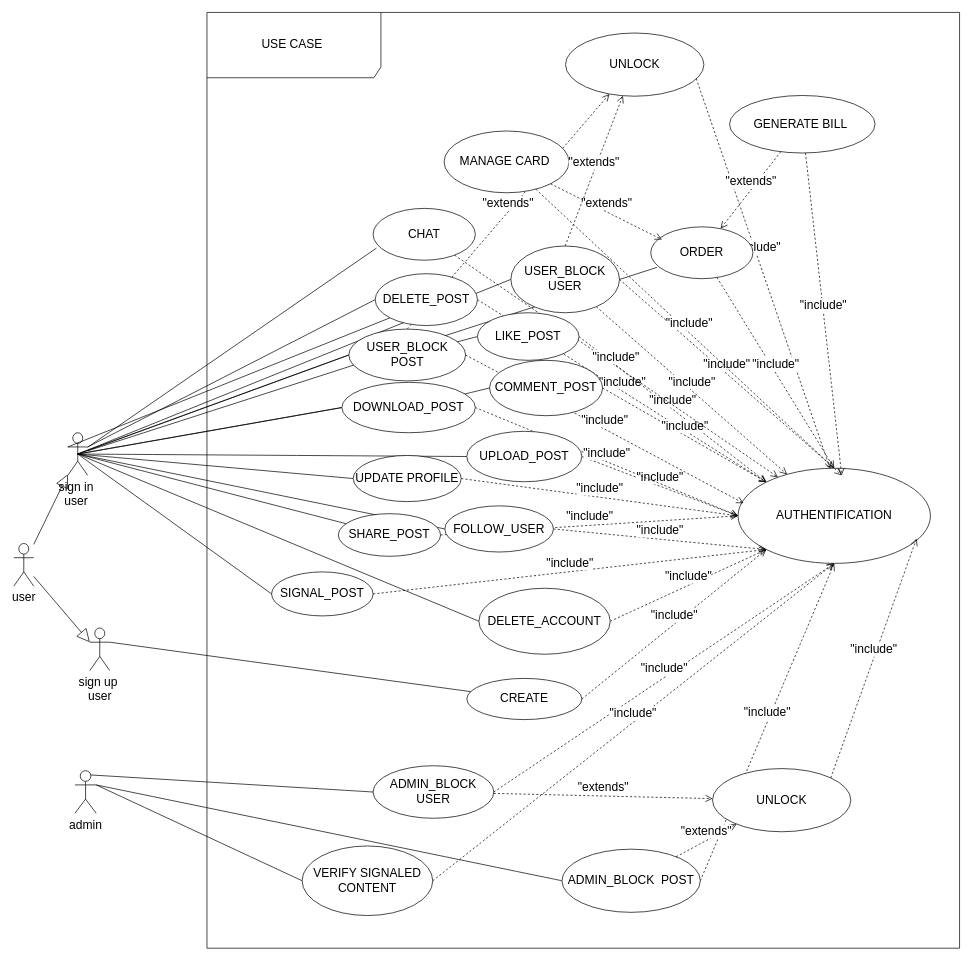
Earlier version of the draw.io diagram page "use case" (4 of 7) of TIkShopDataBase.drawio (Bryann-coder/FlashShop). Source tidied: cells renumbered, new cells numbered last; positions are measured from the earlier drawing's top-left corner, leaving out a move shared by most shapes. Both pictures are drawn from the tidied source at 71%, with x=0, y=0 at pixel (13, 12).
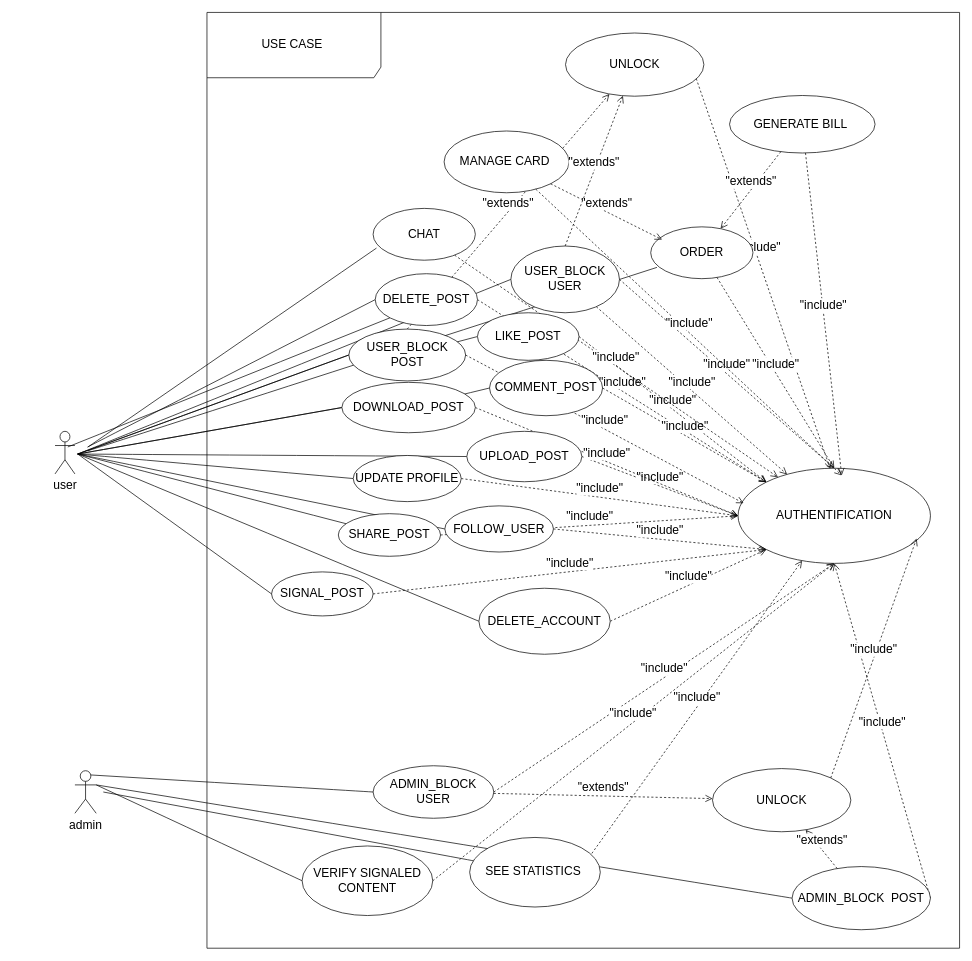
The same page after the edit.

Commit message:
update usecase diagram

The change refers to these unchanged cells:
```xml
<mxCell id="8" value="AUTHENTIFICATION" style="ellipse;whiteSpace=wrap;html=1;fontSize=17;" parent="1" vertex="1">
  <mxGeometry x="1020" y="642" width="271" height="134" as="geometry" />
</mxCell>
<mxCell id="9" value="SIGNAL_POST" style="ellipse;whiteSpace=wrap;html=1;fontSize=17;" parent="1" vertex="1">
  <mxGeometry x="363" y="788" width="143" height="62" as="geometry" />
</mxCell>
<mxCell id="47" value="ORDER" style="ellipse;whiteSpace=wrap;html=1;fontSize=17;" parent="1" vertex="1">
  <mxGeometry x="897" y="302" width="144" height="73" as="geometry" />
</mxCell>
<mxCell id="52" value="DELETE_POST" style="ellipse;whiteSpace=wrap;html=1;fontSize=17;" parent="1" vertex="1">
  <mxGeometry x="509" y="368" width="144" height="73" as="geometry" />
</mxCell>
<mxCell id="53" value="UPDATE PROFILE" style="ellipse;whiteSpace=wrap;html=1;fontSize=17;" parent="1" vertex="1">
  <mxGeometry x="478" y="624" width="152.1" height="65" as="geometry" />
</mxCell>
<mxCell id="54" value="SHARE_POST" style="ellipse;whiteSpace=wrap;html=1;fontSize=17;" parent="1" vertex="1">
  <mxGeometry x="457" y="706" width="144" height="60" as="geometry" />
</mxCell>
<mxCell id="55" value="DELETE_ACCOUNT" style="ellipse;whiteSpace=wrap;html=1;fontSize=17;" parent="1" vertex="1">
  <mxGeometry x="655" y="811" width="185" height="93" as="geometry" />
</mxCell>
<mxCell id="56" value="FOLLOW_USER" style="ellipse;whiteSpace=wrap;html=1;fontSize=17;" parent="1" vertex="1">
  <mxGeometry x="607" y="695" width="153" height="65" as="geometry" />
</mxCell>
<mxCell id="57" value="UPLOAD_POST" style="ellipse;whiteSpace=wrap;html=1;fontSize=17;" parent="1" vertex="1">
  <mxGeometry x="638" y="590" width="162" height="71" as="geometry" />
</mxCell>
<mxCell id="67" value="USER_BLOCK POST" style="ellipse;whiteSpace=wrap;html=1;fontSize=17;" parent="1" vertex="1">
  <mxGeometry x="471.8" y="446" width="164.5" height="73" as="geometry" />
</mxCell>
<mxCell id="68" value="USER_BLOCK USER" style="ellipse;whiteSpace=wrap;html=1;fontSize=17;" parent="1" vertex="1">
  <mxGeometry x="700" y="329" width="153" height="94" as="geometry" />
</mxCell>
<mxCell id="69" value="CHAT" style="ellipse;whiteSpace=wrap;html=1;fontSize=17;" parent="1" vertex="1">
  <mxGeometry x="506" y="276" width="144" height="73" as="geometry" />
</mxCell>
<mxCell id="75" value="DOWNLOAD_POST" style="ellipse;whiteSpace=wrap;html=1;fontSize=17;" parent="1" vertex="1">
  <mxGeometry x="462" y="521" width="188" height="71" as="geometry" />
</mxCell>
```

Change to the diagram source:
```diff
@@
-    <mxCell id="4" style="endArrow=none;html=1;rounded=0;fontSize=17;startSize=8;endSize=8;curved=1;entryX=0;entryY=0.5;entryDx=0;entryDy=0;exitX=0.5;exitY=0.5;exitDx=0;exitDy=0;exitPerimeter=0;" parent="1" edge="1" source="17" target="68">
-      <mxGeometry relative="1" as="geometry" />
+    <mxCell id="4" style="endArrow=none;html=1;rounded=0;fontSize=17;startSize=8;endSize=8;curved=1;entryX=0;entryY=0.5;entryDx=0;entryDy=0;exitX=0.5;exitY=0.5;exitDx=0;exitDy=0;exitPerimeter=0;" parent="1" edge="1" target="68">
+      <mxGeometry relative="1" as="geometry">
+        <mxPoint x="90" y="622" as="sourcePoint" />
+      </mxGeometry>
     </mxCell>
-    <mxCell id="5" style="endArrow=none;html=1;rounded=0;fontSize=17;startSize=8;endSize=8;curved=1;exitX=0.5;exitY=0.5;exitDx=0;exitDy=0;exitPerimeter=0;entryX=0;entryY=0.5;entryDx=0;entryDy=0;" parent="1" edge="1" source="17" target="67">
-      <mxGeometry relative="1" as="geometry" />
+    <mxCell id="5" style="endArrow=none;html=1;rounded=0;fontSize=17;startSize=8;endSize=8;curved=1;exitX=0.5;exitY=0.5;exitDx=0;exitDy=0;exitPerimeter=0;entryX=0;entryY=0.5;entryDx=0;entryDy=0;" parent="1" edge="1" target="67">
+      <mxGeometry relative="1" as="geometry">
+        <mxPoint x="90" y="622" as="sourcePoint" />
+      </mxGeometry>
     </mxCell>
     <mxCell id="6" value="user" style="shape=umlActor;verticalLabelPosition=bottom;verticalAlign=top;html=1;outlineConnect=0;fontSize=17;" parent="1" vertex="1">
-      <mxGeometry y="748" width="28" height="60" as="geometry" />
+      <mxGeometry x="58" y="590" width="28" height="60" as="geometry" />
     </mxCell>
@@
-    <mxCell id="12" value="CREATE" style="ellipse;whiteSpace=wrap;html=1;fontSize=17;" parent="1" vertex="1">
-      <mxGeometry x="638" y="938" width="162" height="58" as="geometry" />
-    </mxCell>
@@
-    <mxCell id="16" style="endArrow=none;html=1;rounded=0;fontSize=17;startSize=8;endSize=8;curved=1;entryX=0;entryY=0.5;entryDx=0;entryDy=0;exitX=1;exitY=0.3333333333333333;exitDx=0;exitDy=0;exitPerimeter=0;" parent="1" edge="1" source="17" target="52">
-      <mxGeometry relative="1" as="geometry" />
+    <mxCell id="16" style="endArrow=none;html=1;rounded=0;fontSize=17;startSize=8;endSize=8;curved=1;entryX=0;entryY=0.5;entryDx=0;entryDy=0;exitX=1;exitY=0.3333333333333333;exitDx=0;exitDy=0;exitPerimeter=0;" parent="1" edge="1" target="52">
+      <mxGeometry relative="1" as="geometry">
+        <mxPoint x="104" y="612" as="sourcePoint" />
+      </mxGeometry>
     </mxCell>
-    <mxCell id="17" value="sign in&amp;nbsp;&lt;div style=&quot;font-size: 17px;&quot;&gt;user&amp;nbsp;&lt;/div&gt;" style="shape=umlActor;verticalLabelPosition=bottom;verticalAlign=top;html=1;outlineConnect=0;fontSize=17;" parent="1" vertex="1">
-      <mxGeometry x="76" y="592" width="28" height="60" as="geometry" />
-    </mxCell>
-    <mxCell id="18" value="sign up&amp;nbsp;&lt;div style=&quot;font-size: 17px;&quot;&gt;user&lt;/div&gt;" style="shape=umlActor;verticalLabelPosition=bottom;verticalAlign=top;html=1;outlineConnect=0;fontSize=17;" parent="1" vertex="1">
-      <mxGeometry x="107" y="867" width="28" height="60" as="geometry" />
-    </mxCell>
-    <mxCell id="19" style="endArrow=block;endSize=16;endFill=0;html=1;rounded=0;fontSize=17;" parent="1" edge="1" source="6" target="17">
-      <mxGeometry relative="1" as="geometry" />
-    </mxCell>
-    <mxCell id="20" style="endArrow=block;endSize=16;endFill=0;html=1;rounded=0;entryX=0;entryY=0.3333333333333333;entryDx=0;entryDy=0;entryPerimeter=0;fontSize=17;" parent="1" edge="1" source="6" target="18">
-      <mxGeometry relative="1" as="geometry" />
-    </mxCell>
-    <mxCell id="21" style="endArrow=none;html=1;rounded=0;fontSize=17;startSize=8;endSize=8;curved=1;exitX=1;exitY=0.3333333333333333;exitDx=0;exitDy=0;exitPerimeter=0;" parent="1" edge="1" source="18" target="12">
-      <mxGeometry relative="1" as="geometry" />
-    </mxCell>
@@
-    <mxCell id="24" style="endArrow=none;html=1;rounded=0;fontSize=17;startSize=8;endSize=8;curved=1;entryX=0;entryY=0.5;entryDx=0;entryDy=0;exitX=0.5;exitY=0.5;exitDx=0;exitDy=0;exitPerimeter=0;" parent="1" edge="1" source="17" target="75">
-      <mxGeometry relative="1" as="geometry" />
+    <mxCell id="24" style="endArrow=none;html=1;rounded=0;fontSize=17;startSize=8;endSize=8;curved=1;entryX=0;entryY=0.5;entryDx=0;entryDy=0;exitX=0.5;exitY=0.5;exitDx=0;exitDy=0;exitPerimeter=0;" parent="1" edge="1" target="75">
+      <mxGeometry relative="1" as="geometry">
+        <mxPoint x="90" y="622" as="sourcePoint" />
+      </mxGeometry>
     </mxCell>
-    <mxCell id="25" style="endArrow=none;html=1;rounded=0;fontSize=17;startSize=8;endSize=8;curved=1;entryX=0;entryY=0.5;entryDx=0;entryDy=0;exitX=0.5;exitY=0.5;exitDx=0;exitDy=0;exitPerimeter=0;" parent="1" edge="1" source="17" target="57">
-      <mxGeometry relative="1" as="geometry" />
+    <mxCell id="25" style="endArrow=none;html=1;rounded=0;fontSize=17;startSize=8;endSize=8;curved=1;entryX=0;entryY=0.5;entryDx=0;entryDy=0;exitX=0.5;exitY=0.5;exitDx=0;exitDy=0;exitPerimeter=0;" parent="1" edge="1" target="57">
+      <mxGeometry relative="1" as="geometry">
+        <mxPoint x="90" y="622" as="sourcePoint" />
+      </mxGeometry>
     </mxCell>
-    <mxCell id="26" style="endArrow=none;html=1;rounded=0;fontSize=17;startSize=8;endSize=8;curved=1;entryX=0;entryY=0.5;entryDx=0;entryDy=0;exitX=0.5;exitY=0.5;exitDx=0;exitDy=0;exitPerimeter=0;" parent="1" edge="1" source="17" target="56">
-      <mxGeometry relative="1" as="geometry" />
+    <mxCell id="26" style="endArrow=none;html=1;rounded=0;fontSize=17;startSize=8;endSize=8;curved=1;entryX=0;entryY=0.5;entryDx=0;entryDy=0;exitX=0.5;exitY=0.5;exitDx=0;exitDy=0;exitPerimeter=0;" parent="1" edge="1" target="56">
+      <mxGeometry relative="1" as="geometry">
+        <mxPoint x="90" y="622" as="sourcePoint" />
+      </mxGeometry>
     </mxCell>
-    <mxCell id="27" style="endArrow=none;html=1;rounded=0;fontSize=17;startSize=8;endSize=8;curved=1;exitX=0.5;exitY=0.5;exitDx=0;exitDy=0;exitPerimeter=0;" parent="1" edge="1" source="17" target="54">
-      <mxGeometry relative="1" as="geometry" />
+    <mxCell id="27" style="endArrow=none;html=1;rounded=0;fontSize=17;startSize=8;endSize=8;curved=1;exitX=0.5;exitY=0.5;exitDx=0;exitDy=0;exitPerimeter=0;" parent="1" edge="1" target="54">
+      <mxGeometry relative="1" as="geometry">
+        <mxPoint x="90" y="622" as="sourcePoint" />
+      </mxGeometry>
     </mxCell>
-    <mxCell id="28" style="endArrow=none;html=1;rounded=0;fontSize=17;startSize=8;endSize=8;curved=1;exitX=0.5;exitY=0.5;exitDx=0;exitDy=0;exitPerimeter=0;entryX=0;entryY=0.5;entryDx=0;entryDy=0;" parent="1" edge="1" source="17" target="9">
-      <mxGeometry relative="1" as="geometry" />
+    <mxCell id="28" style="endArrow=none;html=1;rounded=0;fontSize=17;startSize=8;endSize=8;curved=1;exitX=0.5;exitY=0.5;exitDx=0;exitDy=0;exitPerimeter=0;entryX=0;entryY=0.5;entryDx=0;entryDy=0;" parent="1" edge="1" target="9">
+      <mxGeometry relative="1" as="geometry">
+        <mxPoint x="90" y="622" as="sourcePoint" />
+      </mxGeometry>
     </mxCell>
-    <mxCell id="29" style="endArrow=none;html=1;rounded=0;fontSize=17;startSize=8;endSize=8;curved=1;exitX=0.5;exitY=0.5;exitDx=0;exitDy=0;exitPerimeter=0;entryX=0;entryY=0.5;entryDx=0;entryDy=0;" parent="1" edge="1" source="17" target="53">
-      <mxGeometry relative="1" as="geometry" />
+    <mxCell id="29" style="endArrow=none;html=1;rounded=0;fontSize=17;startSize=8;endSize=8;curved=1;exitX=0.5;exitY=0.5;exitDx=0;exitDy=0;exitPerimeter=0;entryX=0;entryY=0.5;entryDx=0;entryDy=0;" parent="1" edge="1" target="53">
+      <mxGeometry relative="1" as="geometry">
+        <mxPoint x="90" y="622" as="sourcePoint" />
+      </mxGeometry>
     </mxCell>
-    <mxCell id="30" style="endArrow=none;html=1;rounded=0;fontSize=17;startSize=8;endSize=8;curved=1;exitX=0.5;exitY=0.5;exitDx=0;exitDy=0;exitPerimeter=0;entryX=0;entryY=0.5;entryDx=0;entryDy=0;" parent="1" edge="1" source="17" target="55">
-      <mxGeometry relative="1" as="geometry" />
+    <mxCell id="30" style="endArrow=none;html=1;rounded=0;fontSize=17;startSize=8;endSize=8;curved=1;exitX=0.5;exitY=0.5;exitDx=0;exitDy=0;exitPerimeter=0;entryX=0;entryY=0.5;entryDx=0;entryDy=0;" parent="1" edge="1" target="55">
+      <mxGeometry relative="1" as="geometry">
+        <mxPoint x="90" y="622" as="sourcePoint" />
+      </mxGeometry>
     </mxCell>
@@
-    <mxCell id="42" value="&quot;include&quot;" style="html=1;verticalAlign=bottom;endArrow=open;dashed=1;endSize=8;curved=0;rounded=0;fontSize=17;exitX=1;exitY=0.5;exitDx=0;exitDy=0;entryX=0;entryY=1;entryDx=0;entryDy=0;" parent="1" edge="1" source="12" target="8">
-      <mxGeometry relative="1" as="geometry" />
-    </mxCell>
@@
-    <mxCell id="49" style="endArrow=none;html=1;rounded=0;fontSize=17;startSize=8;endSize=8;curved=1;entryX=0.061;entryY=0.782;entryDx=0;entryDy=0;entryPerimeter=0;" parent="1" edge="1" source="17" target="47">
-      <mxGeometry relative="1" as="geometry" />
+    <mxCell id="49" style="endArrow=none;html=1;rounded=0;fontSize=17;startSize=8;endSize=8;curved=1;entryX=0.061;entryY=0.782;entryDx=0;entryDy=0;entryPerimeter=0;" parent="1" edge="1" target="47">
+      <mxGeometry relative="1" as="geometry">
+        <mxPoint x="104" y="617.5" as="sourcePoint" />
+      </mxGeometry>
     </mxCell>
-    <mxCell id="50" style="endArrow=none;html=1;rounded=0;fontSize=17;startSize=8;endSize=8;curved=1;entryX=0.033;entryY=0.766;entryDx=0;entryDy=0;entryPerimeter=0;" parent="1" edge="1" source="17" target="69">
-      <mxGeometry relative="1" as="geometry" />
+    <mxCell id="50" style="endArrow=none;html=1;rounded=0;fontSize=17;startSize=8;endSize=8;curved=1;entryX=0.033;entryY=0.766;entryDx=0;entryDy=0;entryPerimeter=0;" parent="1" edge="1" target="69">
+      <mxGeometry relative="1" as="geometry">
+        <mxPoint x="104" y="612.3" as="sourcePoint" />
+      </mxGeometry>
     </mxCell>
-    <mxCell id="51" style="endArrow=none;html=1;rounded=0;fontSize=17;startSize=8;endSize=8;curved=1;entryX=0;entryY=1;entryDx=0;entryDy=0;exitX=0;exitY=0.3333333333333333;exitDx=0;exitDy=0;exitPerimeter=0;" parent="1" edge="1" source="17" target="52">
-      <mxGeometry relative="1" as="geometry" />
+    <mxCell id="51" style="endArrow=none;html=1;rounded=0;fontSize=17;startSize=8;endSize=8;curved=1;entryX=0;entryY=1;entryDx=0;entryDy=0;exitX=0;exitY=0.3333333333333333;exitDx=0;exitDy=0;exitPerimeter=0;" parent="1" edge="1" target="52">
+      <mxGeometry relative="1" as="geometry">
+        <mxPoint x="76" y="612" as="sourcePoint" />
+      </mxGeometry>
     </mxCell>
@@
     <mxCell id="60" value="ADMIN_BLOCK&amp;nbsp; POST" style="ellipse;whiteSpace=wrap;html=1;fontSize=17;" parent="1" vertex="1">
-      <mxGeometry x="772" y="1178.5" width="194.9" height="89" as="geometry" />
+      <mxGeometry x="1096.1" y="1203" width="194.9" height="89" as="geometry" />
     </mxCell>
@@
-    <mxCell id="66" style="endArrow=none;html=1;rounded=0;fontSize=17;startSize=8;endSize=8;curved=1;entryX=0;entryY=0.5;entryDx=0;entryDy=0;exitX=0.5;exitY=0.5;exitDx=0;exitDy=0;exitPerimeter=0;" parent="1" edge="1" source="17" target="67">
-      <mxGeometry relative="1" as="geometry" />
+    <mxCell id="66" style="endArrow=none;html=1;rounded=0;fontSize=17;startSize=8;endSize=8;curved=1;entryX=0;entryY=0.5;entryDx=0;entryDy=0;exitX=0.5;exitY=0.5;exitDx=0;exitDy=0;exitPerimeter=0;" parent="1" edge="1" target="67">
+      <mxGeometry relative="1" as="geometry">
+        <mxPoint x="90" y="622" as="sourcePoint" />
+      </mxGeometry>
     </mxCell>
@@
-    <mxCell id="74" style="endArrow=none;html=1;rounded=0;fontSize=17;startSize=8;endSize=8;curved=1;entryX=0;entryY=0.5;entryDx=0;entryDy=0;exitX=0.5;exitY=0.5;exitDx=0;exitDy=0;exitPerimeter=0;" parent="1" edge="1" source="17" target="75">
-      <mxGeometry relative="1" as="geometry" />
+    <mxCell id="74" style="endArrow=none;html=1;rounded=0;fontSize=17;startSize=8;endSize=8;curved=1;entryX=0;entryY=0.5;entryDx=0;entryDy=0;exitX=0.5;exitY=0.5;exitDx=0;exitDy=0;exitPerimeter=0;" parent="1" edge="1" target="75">
+      <mxGeometry relative="1" as="geometry">
+        <mxPoint x="90" y="622" as="sourcePoint" />
+      </mxGeometry>
     </mxCell>
@@
+    <mxCell id="82" value="SEE STATISTICS&amp;nbsp;" style="ellipse;whiteSpace=wrap;html=1;fontSize=17;" parent="1" vertex="1">
+      <mxGeometry x="642" y="1162" width="184" height="98" as="geometry" />
+    </mxCell>
+    <mxCell id="83" style="endArrow=none;html=1;rounded=0;fontSize=17;startSize=8;endSize=8;curved=1;entryX=1;entryY=0.3333333333333333;entryDx=0;entryDy=0;entryPerimeter=0;" parent="1" edge="1" source="82">
+      <mxGeometry relative="1" as="geometry">
+        <mxPoint x="126" y="1098" as="targetPoint" />
+      </mxGeometry>
+    </mxCell>
+    <mxCell id="42" value="&quot;include&quot;" style="html=1;verticalAlign=bottom;endArrow=open;dashed=1;endSize=8;curved=0;rounded=0;fontSize=17;exitX=0.935;exitY=0.23;exitDx=0;exitDy=0;exitPerimeter=0;" parent="1" edge="1" source="82" target="8">
+      <mxGeometry relative="1" as="geometry" />
+    </mxCell>
```
